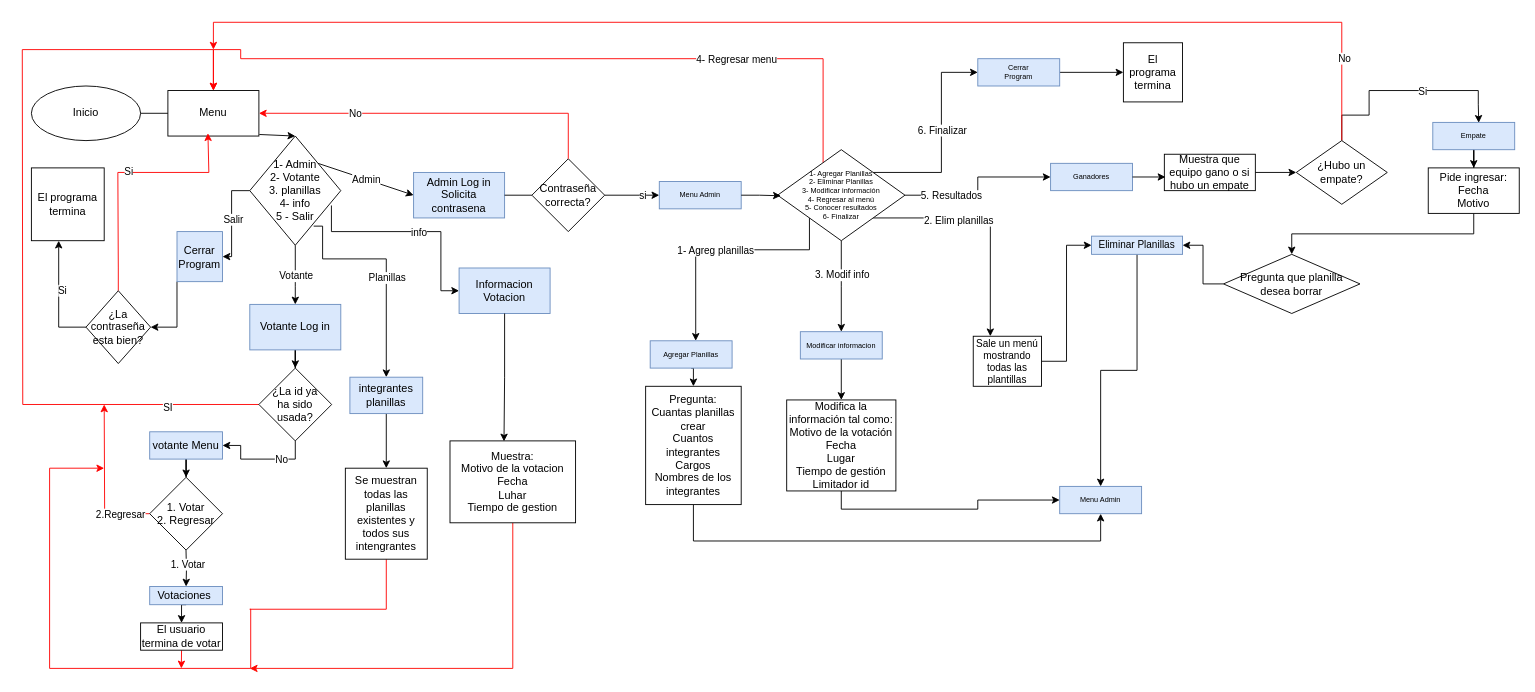
MickSenpai/Sistema_de_votaciones keeps this draw.io diagram as Diagrama de flujo.drawio. Above is the earlier version. Source tidied: cells renumbered, new cells numbered last; positions are measured from the earlier drawing's top-left corner, leaving out a move shared by most shapes. Both pictures are drawn from the tidied source at 91%, with x=0, y=0 at pixel (22, 22).
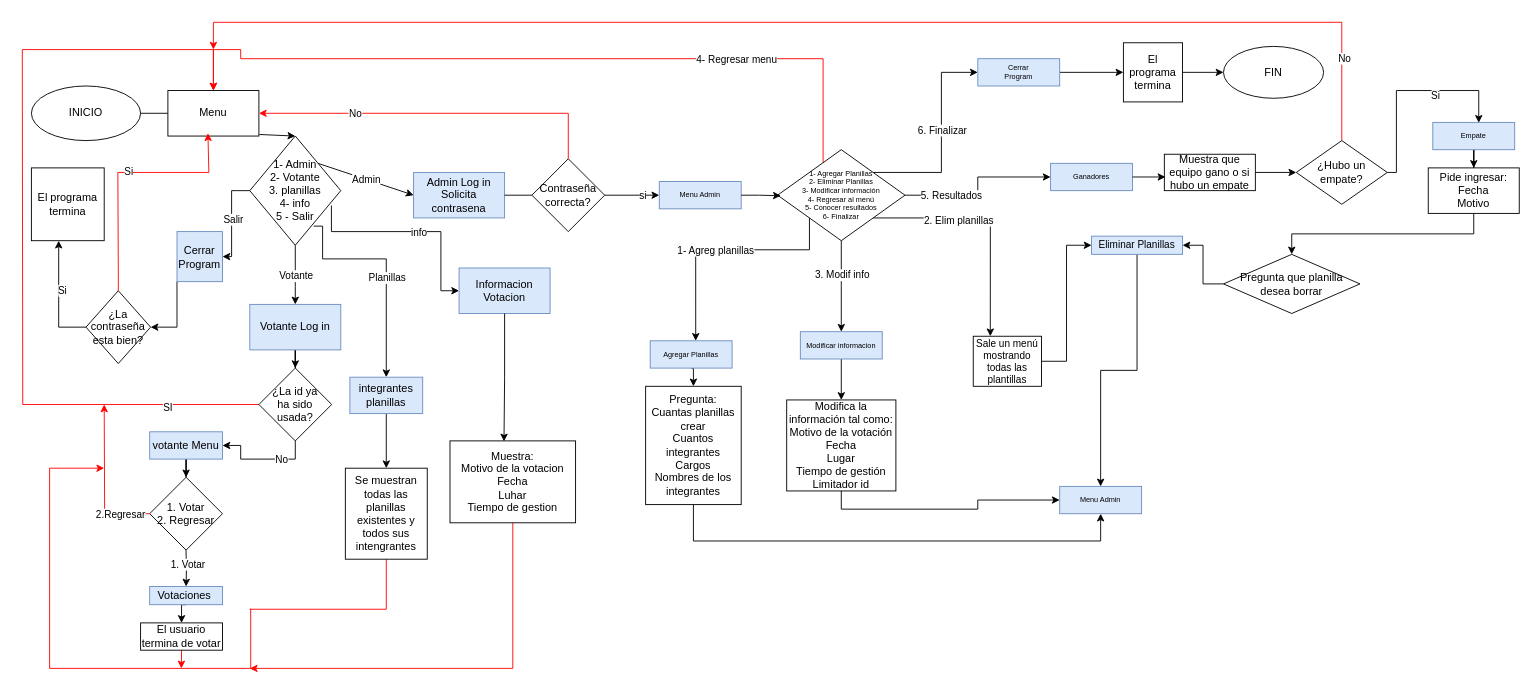
Above is the later version.

The change refers to these unchanged cells:
```xml
<mxCell id="83" value="&lt;div&gt;Empate&lt;/div&gt;" style="whiteSpace=wrap;html=1;fontSize=8;fillColor=#dae8fc;strokeColor=#6c8ebf;" parent="1" vertex="1">
  <mxGeometry x="1550" y="110" width="90" height="30" as="geometry" />
</mxCell>
<mxCell id="84" value="El programa termina" style="whiteSpace=wrap;html=1;" parent="1" vertex="1">
  <mxGeometry x="1210" y="22.5" width="65" height="65" as="geometry" />
</mxCell>
<mxCell id="91" value="¿Hubo un empate?" style="strokeWidth=1;html=1;shape=mxgraph.flowchart.decision;whiteSpace=wrap;" parent="1" vertex="1">
  <mxGeometry x="1400" y="130" width="100" height="70" as="geometry" />
</mxCell>
```

The edit, as a diff of the source:
```diff
@@
-    <mxCell id="2" value="&lt;div&gt;Inicio&lt;/div&gt;" style="ellipse;whiteSpace=wrap;html=1;" parent="1" vertex="1">
+    <mxCell id="2" value="&lt;div&gt;INICIO&lt;/div&gt;" style="ellipse;whiteSpace=wrap;html=1;" parent="1" vertex="1">
       <mxGeometry x="10" y="70" width="120" height="60" as="geometry" />
     </mxCell>
@@
+    <mxCell id="106" style="edgeStyle=orthogonalEdgeStyle;rounded=0;jettySize=auto;html=1;" parent="1" edge="1" source="84" target="107">
+      <mxGeometry relative="1" as="geometry" />
+    </mxCell>
@@
-    <mxCell id="87" style="edgeStyle=orthogonalEdgeStyle;rounded=0;jettySize=auto;html=1;exitX=0.5;exitY=0;exitDx=0;exitDy=0;exitPerimeter=0;entryX=0.561;entryY=0.014;entryDx=0;entryDy=0;entryPerimeter=0;" parent="1" edge="1" source="91" target="83">
+    <mxCell id="87" style="edgeStyle=orthogonalEdgeStyle;rounded=0;jettySize=auto;html=1;entryX=0.561;entryY=0.014;entryDx=0;entryDy=0;entryPerimeter=0;exitX=1;exitY=0.5;exitDx=0;exitDy=0;exitPerimeter=0;" parent="1" edge="1" source="91" target="83">
       <mxGeometry relative="1" as="geometry">
         <Array as="points">
-          <mxPoint x="1450" y="102" />
-          <mxPoint x="1480" y="102" />
-          <mxPoint x="1480" y="75" />
-          <mxPoint x="1600" y="75" />
-          <mxPoint x="1600" y="90" />
-          <mxPoint x="1601" y="90" />
+          <mxPoint x="1510" y="165" />
+          <mxPoint x="1510" y="75" />
+          <mxPoint x="1601" y="75" />
         </Array>
       </mxGeometry>
     </mxCell>
@@
+    <mxCell id="107" value="FIN" style="ellipse;whiteSpace=wrap;html=1;" parent="1" vertex="1">
+      <mxGeometry x="1320" y="26.5" width="110" height="57" as="geometry" />
+    </mxCell>
```
